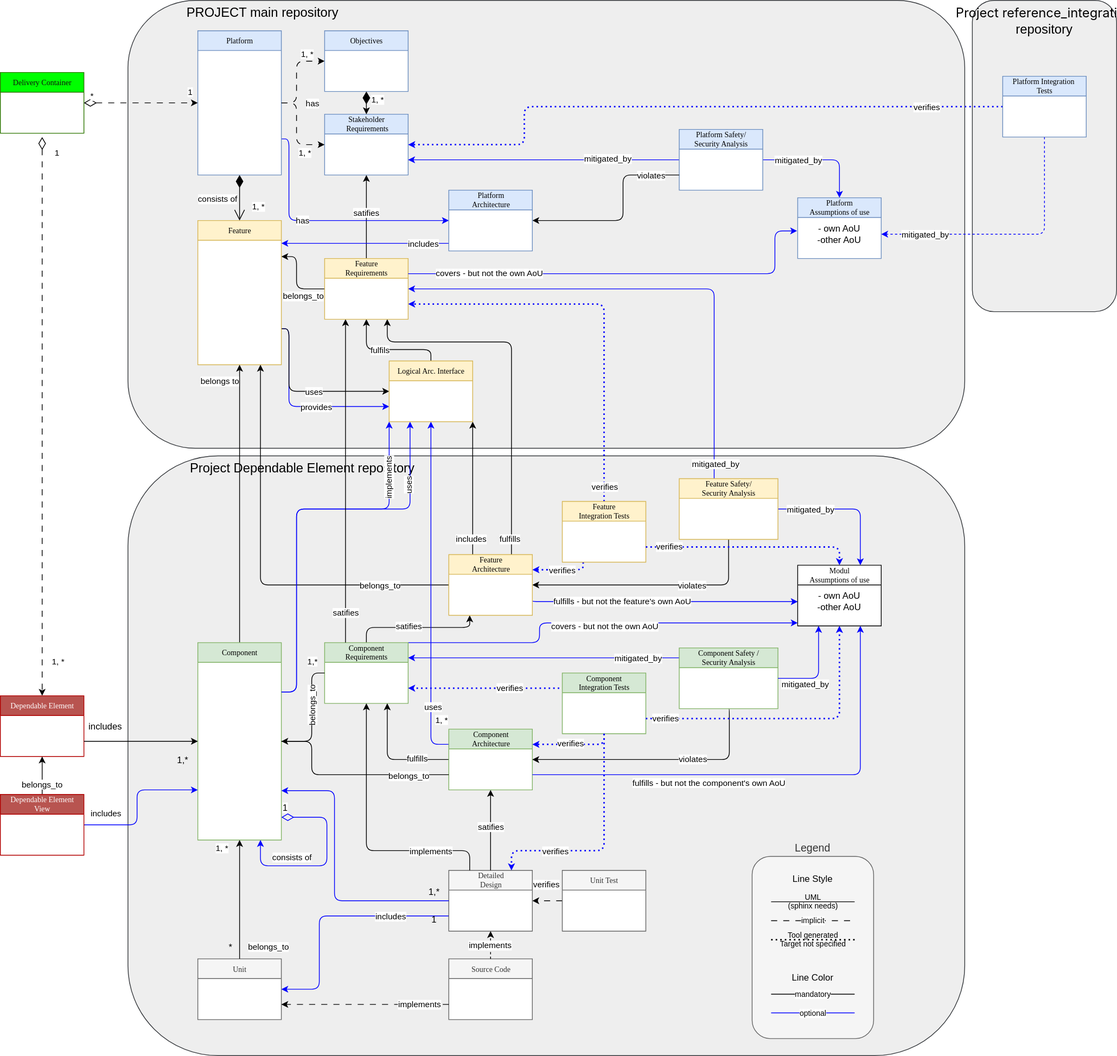
Above: main/_images/score_building_blocks_meta_model_deployment_example.drawio.svg in eclipse-score/process_description (draw.io), before the change. Source tidied: cells renumbered, new cells last; positions are measured from the earlier drawing's top-left corner, leaving out a move shared by most shapes.
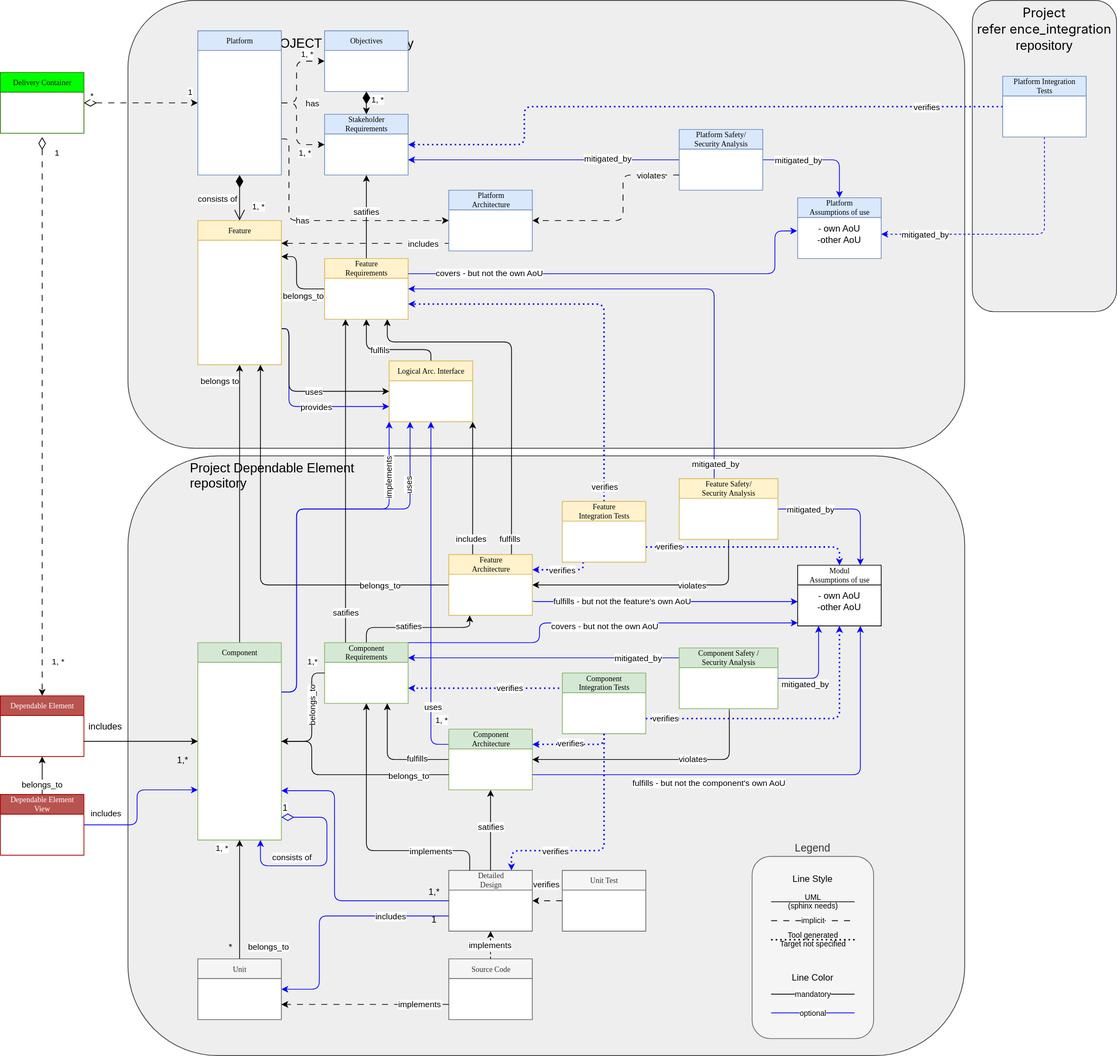
The same diagram one commit later.

Change to the diagram source:
```diff
@@ -2,10 +2,10 @@
   <root>
     <mxCell id="0" />
     <mxCell id="1" parent="0" />
-    <mxCell id="2" value="&lt;div style=&quot;&quot;&gt;&lt;h4 class=&quot;Title-module__heading__tHuYV ReposListItem-module__DefaultItemTitle__n3lDr&quot; style=&quot;color: light-dark(rgb(0, 0, 0), rgb(255, 255, 255)); background-color: transparent; text-decoration-thickness: auto; text-decoration-style: solid; box-sizing: border-box; margin-top: 0px; margin-bottom: 0px; font-weight: 400; max-width: 100%; text-overflow: ellipsis; flex-shrink: 1; justify-content: space-between; display: inline; overflow: hidden; padding-left: 0px; caret-color: rgb(240, 246, 252);&quot;&gt;&lt;font style=&quot;font-size: 17px; color: rgb(0, 0, 0);&quot;&gt;&lt;span style=&quot;box-sizing: border-box;&quot;&gt;&lt;span class=&quot;SearchMatchText-module__highlightedText__ATaD0&quot; style=&quot;font-family: -apple-system, BlinkMacSystemFont, &amp;quot;Segoe UI&amp;quot;, &amp;quot;Noto Sans&amp;quot;, Helvetica, Arial, sans-serif, &amp;quot;Apple Color Emoji&amp;quot;, &amp;quot;Segoe UI Emoji&amp;quot;; text-wrap-mode: nowrap; box-sizing: border-box; background-color: rgba(0, 0, 0, 0); caret-color: rgb(240, 246, 252);&quot;&gt;Project refer&lt;/span&gt;&lt;font face=&quot;-apple-system, BlinkMacSystemFont, Segoe UI, Noto Sans, Helvetica, Arial, sans-serif, Apple Color Emoji, Segoe UI Emoji&quot;&gt;&lt;span style=&quot;text-wrap-mode: nowrap; caret-color: rgb(240, 246, 252);&quot;&gt;ence_integration&lt;/span&gt;&lt;/font&gt;&lt;font face=&quot;-apple-system, system-ui, Segoe UI, Noto Sans, Helvetica, Arial, sans-serif, Apple Color Emoji, Segoe UI Emoji&quot;&gt;&lt;span style=&quot;text-wrap-mode: nowrap; caret-color: rgb(240, 246, 252);&quot;&gt;&lt;br&gt;&lt;/span&gt;&lt;/font&gt;&lt;/span&gt;&lt;/font&gt;&lt;/h4&gt;&lt;span style=&quot;color: light-dark(rgb(0, 0, 0), rgb(255, 255, 255)); background-color: transparent; font-size: 17px;&quot;&gt;repository&lt;/span&gt;&lt;/div&gt;" style="rounded=1;whiteSpace=wrap;html=1;fillColor=#eeeeee;strokeColor=#36393d;verticalAlign=top;align=center;" parent="1" vertex="1">
+    <mxCell id="2" value="&lt;div style=&quot;&quot;&gt;&lt;h4 class=&quot;Title-module__heading__tHuYV ReposListItem-module__DefaultItemTitle__n3lDr&quot; style=&quot;background-color: transparent; text-decoration-thickness: auto; text-decoration-style: solid; box-sizing: border-box; margin-top: 0px; margin-bottom: 0px; font-weight: 400; max-width: 100%; text-overflow: ellipsis; flex-shrink: 1; justify-content: space-between; display: inline; overflow: hidden; padding-left: 0px; caret-color: rgb(240, 246, 252);&quot;&gt;&lt;font style=&quot;font-size: 17px;&quot;&gt;&lt;span style=&quot;box-sizing: border-box;&quot;&gt;&lt;span class=&quot;SearchMatchText-module__highlightedText__ATaD0&quot; style=&quot;font-family: -apple-system, BlinkMacSystemFont, &amp;quot;Segoe UI&amp;quot;, &amp;quot;Noto Sans&amp;quot;, Helvetica, Arial, sans-serif, &amp;quot;Apple Color Emoji&amp;quot;, &amp;quot;Segoe UI Emoji&amp;quot;; text-wrap-mode: nowrap; box-sizing: border-box; background-color: rgba(0, 0, 0, 0); caret-color: rgb(240, 246, 252);&quot;&gt;Project&lt;/span&gt;&lt;/span&gt;&lt;/font&gt;&lt;/h4&gt;&lt;/div&gt;&lt;div style=&quot;&quot;&gt;&lt;h4 class=&quot;Title-module__heading__tHuYV ReposListItem-module__DefaultItemTitle__n3lDr&quot; style=&quot;background-color: transparent; text-decoration-thickness: auto; text-decoration-style: solid; box-sizing: border-box; margin-top: 0px; margin-bottom: 0px; font-weight: 400; max-width: 100%; text-overflow: ellipsis; flex-shrink: 1; justify-content: space-between; display: inline; overflow: hidden; padding-left: 0px; caret-color: rgb(240, 246, 252);&quot;&gt;&lt;font style=&quot;font-size: 17px;&quot;&gt;&lt;span style=&quot;box-sizing: border-box;&quot;&gt;&lt;span class=&quot;SearchMatchText-module__highlightedText__ATaD0&quot; style=&quot;font-family: -apple-system, BlinkMacSystemFont, &amp;quot;Segoe UI&amp;quot;, &amp;quot;Noto Sans&amp;quot;, Helvetica, Arial, sans-serif, &amp;quot;Apple Color Emoji&amp;quot;, &amp;quot;Segoe UI Emoji&amp;quot;; text-wrap-mode: nowrap; box-sizing: border-box; background-color: rgba(0, 0, 0, 0); caret-color: rgb(240, 246, 252);&quot;&gt;&amp;nbsp;refer&lt;/span&gt;&lt;font face=&quot;-apple-system, BlinkMacSystemFont, Segoe UI, Noto Sans, Helvetica, Arial, sans-serif, Apple Color Emoji, Segoe UI Emoji&quot;&gt;&lt;span style=&quot;text-wrap-mode: nowrap; caret-color: rgb(240, 246, 252);&quot;&gt;ence_integration&lt;/span&gt;&lt;/font&gt;&lt;font face=&quot;-apple-system, system-ui, Segoe UI, Noto Sans, Helvetica, Arial, sans-serif, Apple Color Emoji, Segoe UI Emoji&quot;&gt;&lt;span style=&quot;text-wrap-mode: nowrap; caret-color: rgb(240, 246, 252);&quot;&gt;&lt;br&gt;&lt;/span&gt;&lt;/font&gt;&lt;/span&gt;&lt;/font&gt;&lt;/h4&gt;&lt;span style=&quot;background-color: transparent; font-size: 17px;&quot;&gt;repository&lt;/span&gt;&lt;/div&gt;" style="rounded=1;whiteSpace=wrap;html=1;fillColor=#eeeeee;strokeColor=#36393d;verticalAlign=top;align=center;fontColor=default;" parent="1" vertex="1">
       <mxGeometry x="1280" width="190" height="410" as="geometry" />
     </mxCell>
-    <mxCell id="3" value="&lt;blockquote style=&quot;margin: 0 0 0 40px; border: none; padding: 0px;&quot;&gt;&lt;blockquote style=&quot;margin: 0 0 0 40px; border: none; padding: 0px;&quot;&gt;Project Dependable Element repository&lt;/blockquote&gt;&lt;/blockquote&gt;" style="rounded=1;whiteSpace=wrap;html=1;fillColor=#eeeeee;strokeColor=#36393d;align=left;verticalAlign=top;fontSize=17;" parent="1" vertex="1">
+    <mxCell id="3" value="Project Dependable Element &#10;repository" style="rounded=1;whiteSpace=wrap;fillColor=#eeeeee;strokeColor=#36393d;align=left;verticalAlign=top;fontSize=17;labelBackgroundColor=none;spacingLeft=80;" parent="1" vertex="1">
       <mxGeometry x="168" y="600" width="1102" height="790" as="geometry" />
     </mxCell>
     <mxCell id="4" value="&lt;span style=&quot;white-space: pre;&quot;&gt;&#9;&lt;/span&gt;&lt;span style=&quot;white-space: pre;&quot;&gt;&#9;&lt;/span&gt;PROJECT main repository" style="rounded=1;whiteSpace=wrap;html=1;fillColor=#eeeeee;strokeColor=#36393d;align=left;verticalAlign=top;fontSize=17;" parent="1" vertex="1">
@@ -221,7 +221,7 @@
         <mxPoint x="3" y="12" as="offset" />
       </mxGeometry>
     </mxCell>
-    <mxCell id="46" style="edgeStyle=orthogonalEdgeStyle;rounded=1;jettySize=auto;html=1;exitX=1;exitY=0.75;exitDx=0;exitDy=0;entryX=0;entryY=0.5;entryDx=0;entryDy=0;strokeColor=#0000FF;curved=0;" parent="1" edge="1" source="48" target="149">
+    <mxCell id="46" style="edgeStyle=orthogonalEdgeStyle;rounded=1;jettySize=auto;html=1;exitX=1;exitY=0.75;exitDx=0;exitDy=0;entryX=0;entryY=0.5;entryDx=0;entryDy=0;strokeColor=default;curved=0;dashed=1;dashPattern=8 8;align=center;verticalAlign=middle;fontFamily=Helvetica;fontSize=11;fontColor=default;labelBackgroundColor=default;endArrow=classic;" parent="1" edge="1" source="48" target="149">
       <mxGeometry relative="1" as="geometry">
         <Array as="points">
           <mxPoint x="380" y="183" />
@@ -229,7 +229,7 @@
         </Array>
       </mxGeometry>
     </mxCell>
-    <mxCell id="47" value="has" style="edgeLabel;html=1;align=center;verticalAlign=middle;" parent="46" vertex="1">
+    <mxCell id="47" value="has" style="edgeLabel;html=1;align=center;verticalAlign=middle;rounded=1;dashed=1;dashPattern=8 8;strokeColor=default;fontFamily=Helvetica;fontSize=11;fontColor=default;labelBackgroundColor=default;" parent="46" vertex="1">
       <mxGeometry x="-0.18" y="1" relative="1" as="geometry" />
     </mxCell>
     <mxCell id="48" value="Platform" style="swimlane;html=1;fontStyle=0;horizontal=1;startSize=26;fillColor=#dae8fc;swimlaneFillColor=#ffffff;rounded=0;shadow=0;comic=0;labelBackgroundColor=none;strokeWidth=1;fontFamily=Verdana;fontSize=10;align=center;strokeColor=#6c8ebf;" parent="1" vertex="1">
@@ -568,7 +568,7 @@
     <mxCell id="117" value="Platform Safety/&lt;br&gt;Security Analysis" style="swimlane;html=1;fontStyle=0;horizontal=1;startSize=26;fillColor=#dae8fc;swimlaneFillColor=#ffffff;rounded=0;shadow=0;comic=0;labelBackgroundColor=none;strokeWidth=1;fontFamily=Verdana;fontSize=10;align=center;strokeColor=#6c8ebf;" parent="1" vertex="1">
       <mxGeometry x="894" y="170" width="110" height="80" as="geometry" />
     </mxCell>
-    <mxCell id="118" style="edgeStyle=orthogonalEdgeStyle;rounded=1;jettySize=auto;html=1;entryX=1;entryY=0.5;entryDx=0;entryDy=0;exitX=0;exitY=0.75;exitDx=0;exitDy=0;curved=0;strokeColor=#000000;" parent="1" edge="1" source="117" target="149">
+    <mxCell id="118" style="edgeStyle=orthogonalEdgeStyle;rounded=1;jettySize=auto;html=1;entryX=1;entryY=0.5;entryDx=0;entryDy=0;exitX=0;exitY=0.75;exitDx=0;exitDy=0;curved=0;strokeColor=default;dashed=1;dashPattern=8 8;align=center;verticalAlign=middle;fontFamily=Helvetica;fontSize=11;fontColor=default;labelBackgroundColor=default;endArrow=classic;" parent="1" edge="1" source="117" target="149">
       <mxGeometry relative="1" as="geometry">
         <Array as="points">
           <mxPoint x="820" y="230" />
@@ -576,7 +576,7 @@
         </Array>
       </mxGeometry>
     </mxCell>
-    <mxCell id="119" value="&lt;span style=&quot;&quot;&gt;violates&lt;/span&gt;" style="edgeLabel;html=1;align=center;verticalAlign=middle;labelBackgroundColor=#FFFFFF;" parent="118" vertex="1">
+    <mxCell id="119" value="&lt;span style=&quot;&quot;&gt;violates&lt;/span&gt;" style="edgeLabel;html=1;align=center;verticalAlign=middle;labelBackgroundColor=default;rounded=1;dashed=1;dashPattern=8 8;strokeColor=default;fontFamily=Helvetica;fontSize=11;fontColor=default;" parent="118" vertex="1">
       <mxGeometry x="-0.7" relative="1" as="geometry" />
     </mxCell>
     <mxCell id="120" value="fulfils" style="edgeStyle=orthogonalEdgeStyle;html=1;entryX=0.5;entryY=1;entryDx=0;entryDy=0;exitX=0.5;exitY=0;exitDx=0;exitDy=0;strokeColor=#000000;verticalAlign=bottom;" parent="1" edge="1" source="121" target="155">
@@ -725,7 +725,7 @@
     <mxCell id="146" value="verifies" style="edgeLabel;html=1;align=center;verticalAlign=middle;" parent="145" vertex="1">
       <mxGeometry x="-0.87" y="1" relative="1" as="geometry" />
     </mxCell>
-    <mxCell id="147" style="edgeStyle=orthogonalEdgeStyle;rounded=0;jettySize=auto;html=1;exitX=0;exitY=0.75;exitDx=0;exitDy=0;strokeColor=#0000FF;" parent="1" edge="1" source="149">
+    <mxCell id="147" style="edgeStyle=orthogonalEdgeStyle;rounded=1;jettySize=auto;html=1;exitX=0;exitY=0.75;exitDx=0;exitDy=0;strokeColor=default;dashed=1;dashPattern=8 8;align=center;verticalAlign=middle;fontFamily=Helvetica;fontSize=11;fontColor=default;labelBackgroundColor=default;endArrow=classic;curved=0;" parent="1" edge="1" source="149">
       <mxGeometry relative="1" as="geometry">
         <mxPoint x="370" y="320" as="targetPoint" />
         <Array as="points">
@@ -733,7 +733,7 @@
         </Array>
       </mxGeometry>
     </mxCell>
-    <mxCell id="148" value="includes" style="edgeLabel;html=1;align=center;verticalAlign=middle;" parent="147" vertex="1">
+    <mxCell id="148" value="includes" style="edgeLabel;html=1;align=center;verticalAlign=middle;rounded=1;dashed=1;dashPattern=8 8;strokeColor=default;fontFamily=Helvetica;fontSize=11;fontColor=default;labelBackgroundColor=default;" parent="147" vertex="1">
       <mxGeometry x="-0.06" relative="1" as="geometry">
         <mxPoint x="14" as="offset" />
       </mxGeometry>
```
